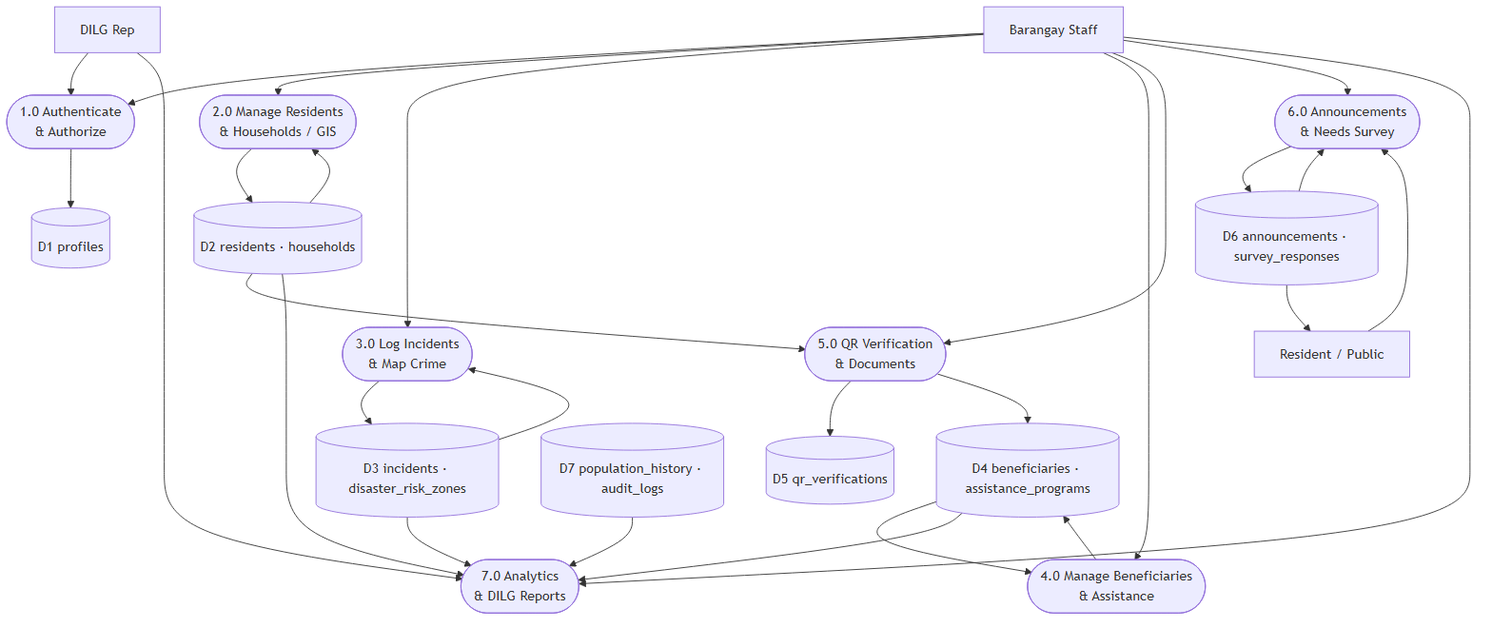
KellyEspera/protect keeps this Mermaid diagram as diagrams/dfd_level1.png. Above is the earlier version. Its source is kept beside it as diagrams/dfd_level1.mmd.
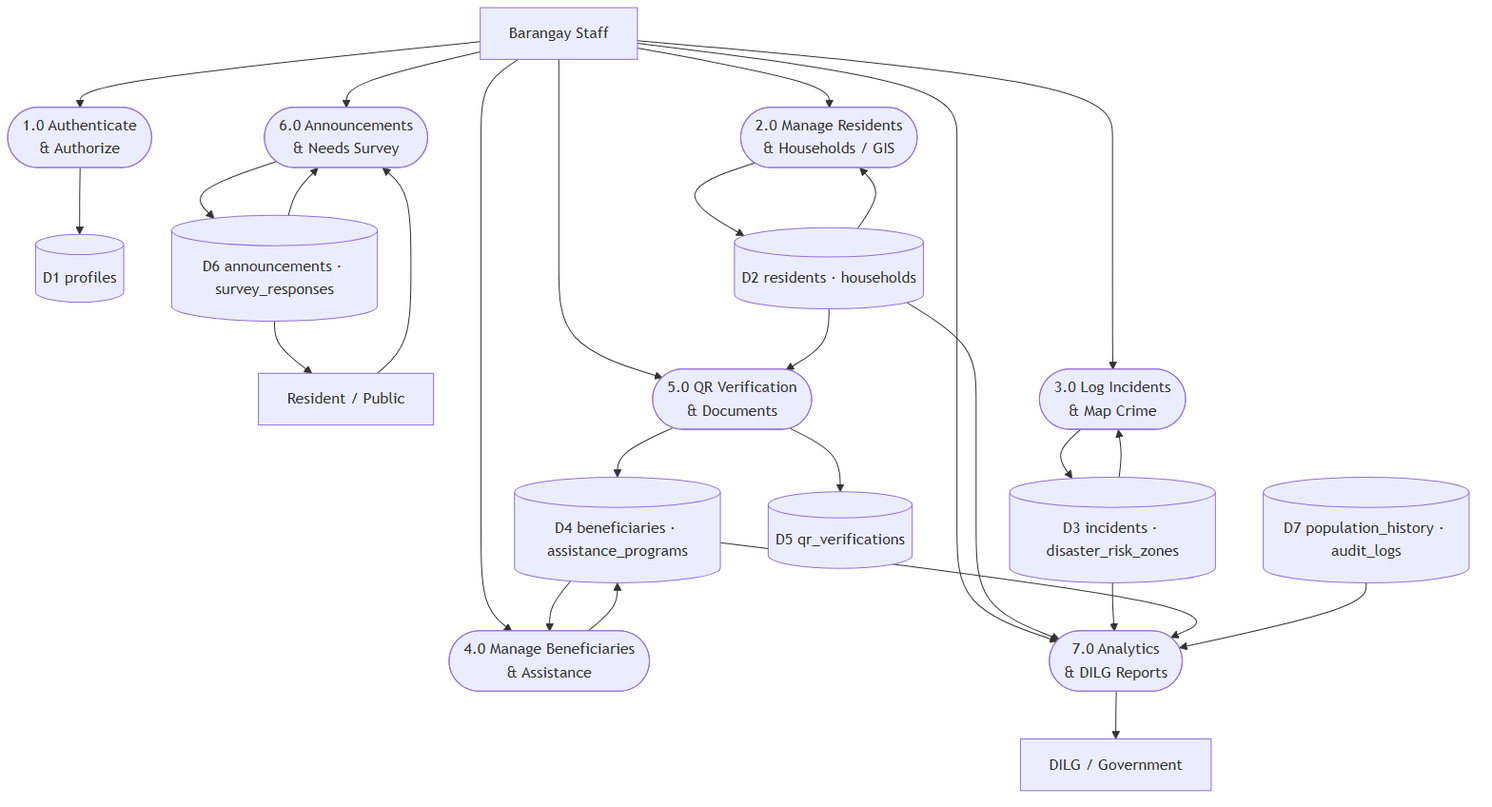
The same diagram one commit later.

What changed in the source:
```diff
@@ -1,6 +1,6 @@
 flowchart TD
     Staff[Barangay Staff]
-    DILGrep[DILG Rep]
+    DILG[DILG / Government]
     Public[Resident / Public]
 
     P1([1.0 Authenticate<br/>& Authorize])
@@ -20,7 +20,6 @@
     D7[(D7 population_history · audit_logs)]
 
     Staff --> P1
-    DILGrep --> P1
     P1 --> D1
 
     Staff --> P2
@@ -47,8 +46,8 @@
     D6 --> Public
 
     Staff --> P7
-    DILGrep --> P7
     D2 --> P7
     D3 --> P7
     D4 --> P7
     D7 --> P7
+    P7 --> DILG
```
